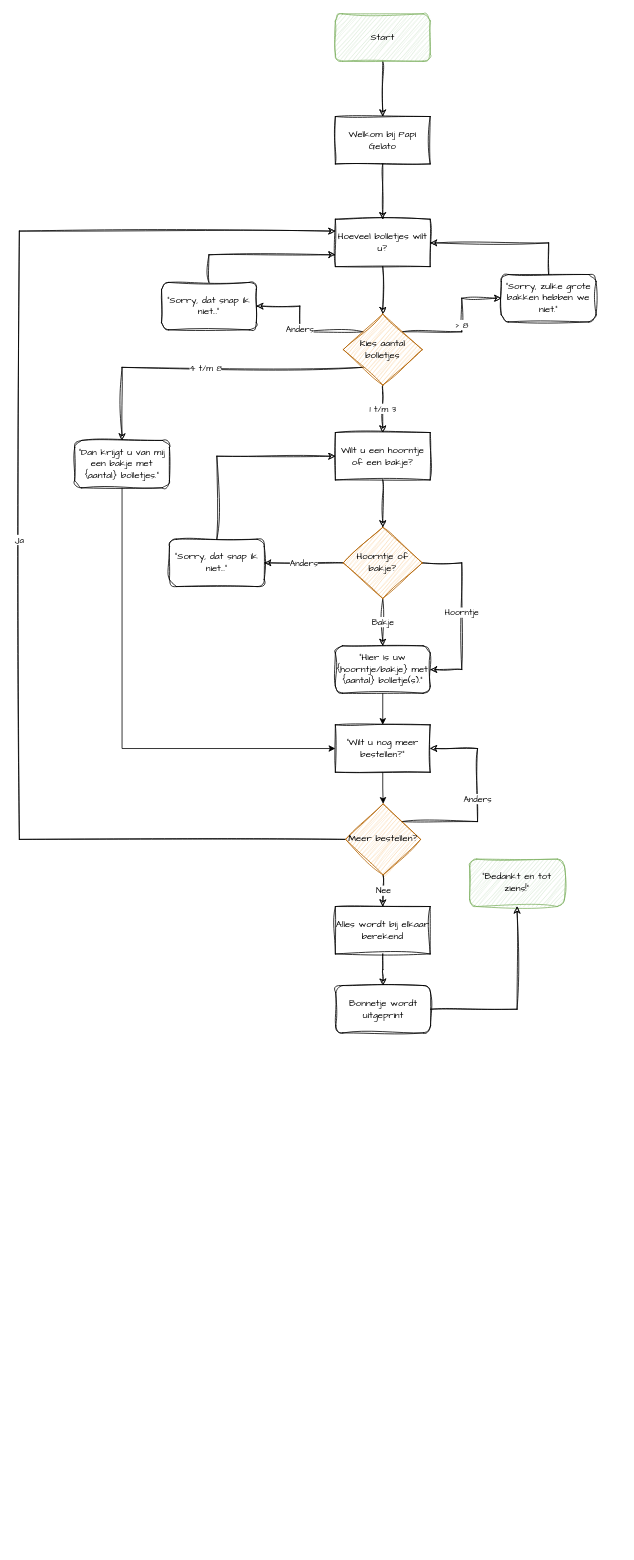
Above: module 3/Proef/Proef - Diagram.drawio in SummerDallison/leren-programmeren (draw.io), before the change. Source tidied: cells renumbered, new cells numbered last; positions are measured from the earlier drawing's top-left corner, leaving out a move shared by most shapes. Both pictures are drawn from the tidied source at 79%, with x=0, y=0 at pixel (19, 13).
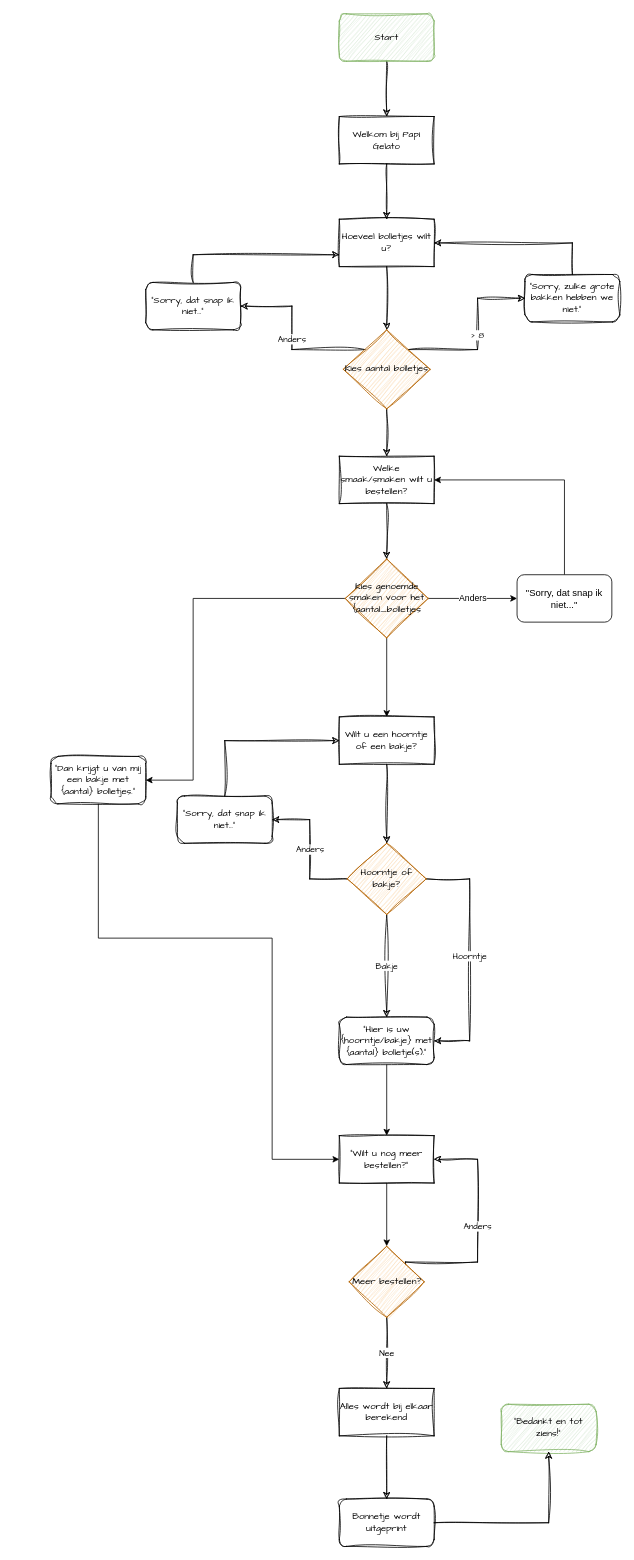
After the change.

The edit, as a diff of the source:
```diff
@@
     <mxCell id="3" value="Start" style="rounded=1;whiteSpace=wrap;html=1;fillColor=#d5e8d4;strokeColor=#82b366;sketch=1;curveFitting=1;jiggle=2;fontFamily=Comic Sans MS;" parent="1" vertex="1">
-      <mxGeometry x="400" width="120" height="60" as="geometry" />
+      <mxGeometry x="405" width="120" height="60" as="geometry" />
     </mxCell>
@@
     <mxCell id="5" value="Welkom bij Papi Gelato" style="rounded=0;whiteSpace=wrap;html=1;fillColor=none;sketch=1;curveFitting=1;jiggle=2;fontFamily=Comic Sans MS;" parent="1" vertex="1">
-      <mxGeometry x="400" y="130" width="120" height="60" as="geometry" />
+      <mxGeometry x="405" y="130" width="120" height="60" as="geometry" />
     </mxCell>
@@
     <mxCell id="7" value="Hoeveel bolletjes wilt u?" style="rounded=0;whiteSpace=wrap;html=1;fillColor=none;sketch=1;curveFitting=1;jiggle=2;fontFamily=Comic Sans MS;" parent="1" vertex="1">
-      <mxGeometry x="400" y="260" width="120" height="60" as="geometry" />
+      <mxGeometry x="405" y="260" width="120" height="60" as="geometry" />
     </mxCell>
-    <mxCell id="8" value="1 t/m 3" style="edgeStyle=orthogonalEdgeStyle;rounded=0;jettySize=auto;html=1;exitX=0.5;exitY=1;exitDx=0;exitDy=0;entryX=0.5;entryY=0;entryDx=0;entryDy=0;fontFamily=Comic Sans MS;sketch=1;curveFitting=1;jiggle=2;" parent="1" edge="1" source="12" target="14">
-      <mxGeometry relative="1" as="geometry">
-        <Array as="points">
-          <mxPoint x="460" y="480" />
-          <mxPoint x="460" y="480" />
-        </Array>
-      </mxGeometry>
-    </mxCell>
@@
-    <mxCell id="11" value="4 t/m 8" style="edgeStyle=orthogonalEdgeStyle;rounded=0;jettySize=auto;html=1;exitX=0;exitY=1;exitDx=0;exitDy=0;entryX=0.5;entryY=0;entryDx=0;entryDy=0;sketch=1;curveFitting=1;jiggle=2;fontFamily=Comic Sans MS;" parent="1" edge="1" source="12" target="20">
-      <mxGeometry relative="1" as="geometry" />
-    </mxCell>
+    <mxCell id="40" style="edgeStyle=orthogonalEdgeStyle;rounded=0;jettySize=auto;html=1;exitX=0.5;exitY=1;exitDx=0;exitDy=0;entryX=0.5;entryY=0;entryDx=0;entryDy=0;fillColor=none;sketch=1;curveFitting=1;jiggle=2;" parent="1" edge="1" source="12" target="42">
+      <mxGeometry relative="1" as="geometry" />
+    </mxCell>
     <mxCell id="12" value="Kies aantal bolletjes" style="rhombus;whiteSpace=wrap;html=1;fillColor=#fad7ac;sketch=1;curveFitting=1;jiggle=2;strokeColor=#b46504;fontFamily=Comic Sans MS;" parent="1" vertex="1">
-      <mxGeometry x="410" y="380" width="100" height="90" as="geometry" />
+      <mxGeometry x="410" y="400" width="110" height="100" as="geometry" />
     </mxCell>
@@
     <mxCell id="14" value="Wilt u een hoorntje of een bakje?" style="rounded=0;whiteSpace=wrap;html=1;fillColor=none;sketch=1;curveFitting=1;jiggle=2;fontFamily=Comic Sans MS;" parent="1" vertex="1">
-      <mxGeometry x="400" y="530" width="120" height="60" as="geometry" />
+      <mxGeometry x="405" y="890" width="120" height="60" as="geometry" />
     </mxCell>
@@
     <mxCell id="16" value="Hoorntje" style="edgeStyle=orthogonalEdgeStyle;rounded=0;jettySize=auto;html=1;exitX=1;exitY=0.5;exitDx=0;exitDy=0;entryX=1;entryY=0.5;entryDx=0;entryDy=0;sketch=1;curveFitting=1;jiggle=2;fontFamily=Comic Sans MS;" parent="1" edge="1" source="18" target="26">
       <mxGeometry relative="1" as="geometry">
         <Array as="points">
-          <mxPoint x="560" y="695" />
-          <mxPoint x="560" y="830" />
+          <mxPoint x="570" y="1095" />
+          <mxPoint x="570" y="1300" />
         </Array>
       </mxGeometry>
     </mxCell>
@@
     <mxCell id="18" value="Hoorntje of bakje?" style="rhombus;whiteSpace=wrap;html=1;fillColor=#fad7ac;sketch=1;curveFitting=1;jiggle=2;fontFamily=Comic Sans MS;strokeColor=#b46504;" parent="1" vertex="1">
-      <mxGeometry x="410" y="650" width="100" height="90" as="geometry" />
+      <mxGeometry x="415" y="1050" width="100" height="90" as="geometry" />
     </mxCell>
     <mxCell id="19" style="edgeStyle=orthogonalEdgeStyle;rounded=0;jettySize=auto;html=1;exitX=0.5;exitY=1;exitDx=0;exitDy=0;entryX=0;entryY=0.5;entryDx=0;entryDy=0;" parent="1" edge="1" source="20" target="35">
-      <mxGeometry relative="1" as="geometry" />
+      <mxGeometry relative="1" as="geometry">
+        <Array as="points">
+          <mxPoint x="100" y="1170" />
+          <mxPoint x="320" y="1170" />
+          <mxPoint x="320" y="1450" />
+        </Array>
+      </mxGeometry>
     </mxCell>
     <mxCell id="20" value="&quot;Dan krijgt u van mij een bakje met {aantal} bolletjes.&quot;" style="rounded=1;whiteSpace=wrap;html=1;sketch=1;curveFitting=1;jiggle=2;fillColor=none;fontFamily=Comic Sans MS;" parent="1" vertex="1">
-      <mxGeometry x="70" y="540" width="120" height="60" as="geometry" />
+      <mxGeometry x="40" y="940" width="120" height="60" as="geometry" />
     </mxCell>
@@
     <mxCell id="22" value="&quot;Sorry, zulke grote bakken hebben we niet.&quot;" style="rounded=1;whiteSpace=wrap;html=1;fillColor=none;sketch=1;curveFitting=1;jiggle=2;fontFamily=Comic Sans MS;" parent="1" vertex="1">
-      <mxGeometry x="610" y="330" width="120" height="60" as="geometry" />
+      <mxGeometry x="640" y="330" width="120" height="60" as="geometry" />
     </mxCell>
@@
     <mxCell id="24" value="&quot;Sorry, dat snap ik niet...&quot;" style="rounded=1;whiteSpace=wrap;html=1;fontFamily=Comic Sans MS;fillColor=none;sketch=1;curveFitting=1;jiggle=2;" parent="1" vertex="1">
-      <mxGeometry x="180" y="340" width="120" height="60" as="geometry" />
+      <mxGeometry x="160" y="340" width="120" height="60" as="geometry" />
     </mxCell>
@@
     <mxCell id="26" value="&quot;Hier is uw {hoorntje/bakje} met {aantal} bolletje(s).&quot;" style="rounded=1;whiteSpace=wrap;html=1;fillColor=none;sketch=1;curveFitting=1;jiggle=2;fontFamily=Comic Sans MS;" parent="1" vertex="1">
-      <mxGeometry x="400" y="800" width="120" height="60" as="geometry" />
+      <mxGeometry x="405" y="1270" width="120" height="60" as="geometry" />
     </mxCell>
@@
     <mxCell id="28" value="&quot;Sorry, dat snap ik niet...&quot;" style="rounded=1;whiteSpace=wrap;html=1;fillColor=none;sketch=1;curveFitting=1;jiggle=2;fontFamily=Comic Sans MS;" parent="1" vertex="1">
-      <mxGeometry x="190" y="665" width="120" height="60" as="geometry" />
+      <mxGeometry x="200" y="990" width="120" height="60" as="geometry" />
     </mxCell>
-    <mxCell id="29" value="Ja" style="edgeStyle=orthogonalEdgeStyle;rounded=0;jettySize=auto;html=1;exitX=0;exitY=0.5;exitDx=0;exitDy=0;entryX=0;entryY=0.25;entryDx=0;entryDy=0;sketch=1;curveFitting=1;jiggle=2;fontFamily=Comic Sans MS;" parent="1" edge="1" source="32" target="7">
-      <mxGeometry relative="1" as="geometry">
-        <Array as="points">
-          <mxPoint y="1045" />
-          <mxPoint y="275" />
-        </Array>
-      </mxGeometry>
-    </mxCell>
     <mxCell id="30" value="Anders" style="edgeStyle=orthogonalEdgeStyle;rounded=0;jettySize=auto;html=1;exitX=1;exitY=0;exitDx=0;exitDy=0;entryX=1;entryY=0.5;entryDx=0;entryDy=0;sketch=1;curveFitting=1;jiggle=2;fontFamily=Comic Sans MS;" parent="1" edge="1" source="32" target="35">
       <mxGeometry relative="1" as="geometry">
         <Array as="points">
-          <mxPoint x="580" y="1022" />
-          <mxPoint x="580" y="930" />
+          <mxPoint x="489" y="1580" />
+          <mxPoint x="580" y="1580" />
+          <mxPoint x="580" y="1450" />
         </Array>
       </mxGeometry>
     </mxCell>
@@
     <mxCell id="32" value="Meer bestellen?" style="rhombus;whiteSpace=wrap;html=1;fontFamily=Comic Sans MS;fillColor=#fad7ac;strokeColor=#b46504;shadow=0;rounded=0;sketch=1;curveFitting=1;jiggle=2;" parent="1" vertex="1">
-      <mxGeometry x="413" y="1000" width="95" height="90" as="geometry" />
+      <mxGeometry x="417.5" y="1560" width="95" height="90" as="geometry" />
     </mxCell>
     <mxCell id="33" value="&quot;Bedankt en tot ziens!&quot;" style="rounded=1;whiteSpace=wrap;html=1;fillColor=#d5e8d4;fontFamily=Comic Sans MS;strokeColor=#82b366;sketch=1;curveFitting=1;jiggle=2;" parent="1" vertex="1">
-      <mxGeometry x="570" y="1070" width="120" height="60" as="geometry" />
+      <mxGeometry x="610" y="1760" width="120" height="60" as="geometry" />
     </mxCell>
@@
     <mxCell id="35" value="&quot;Wilt u nog meer bestellen?&quot;" style="rounded=0;whiteSpace=wrap;html=1;fontFamily=Comic Sans MS;fillColor=none;sketch=1;curveFitting=1;jiggle=2;" parent="1" vertex="1">
-      <mxGeometry x="400" y="900" width="120" height="60" as="geometry" />
+      <mxGeometry x="405" y="1420" width="120" height="60" as="geometry" />
     </mxCell>
@@
     <mxCell id="37" value="Alles wordt bij elkaar berekend" style="rounded=0;whiteSpace=wrap;html=1;fillColor=none;sketch=1;curveFitting=1;jiggle=2;fontFamily=Comic Sans MS;" parent="1" vertex="1">
-      <mxGeometry x="400" y="1130" width="120" height="60" as="geometry" />
+      <mxGeometry x="405" y="1740" width="120" height="60" as="geometry" />
     </mxCell>
@@
     <mxCell id="39" value="Bonnetje wordt uitgeprint" style="rounded=1;whiteSpace=wrap;html=1;fillColor=none;sketch=1;curveFitting=1;jiggle=2;fontFamily=Comic Sans MS;" parent="1" vertex="1">
-      <mxGeometry x="400.5" y="1230" width="120" height="60" as="geometry" />
+      <mxGeometry x="405" y="1880" width="120" height="60" as="geometry" />
     </mxCell>
+    <mxCell id="41" style="edgeStyle=orthogonalEdgeStyle;rounded=0;jettySize=auto;html=1;exitX=0.5;exitY=1;exitDx=0;exitDy=0;entryX=0.5;entryY=0;entryDx=0;entryDy=0;fillColor=none;sketch=1;curveFitting=1;jiggle=2;" parent="1" edge="1" source="42" target="46">
+      <mxGeometry relative="1" as="geometry" />
+    </mxCell>
+    <mxCell id="42" value="Welke smaak/smaken wilt u bestellen?" style="rounded=0;whiteSpace=wrap;html=1;fillColor=none;sketch=1;curveFitting=1;jiggle=2;fontFamily=Comic Sans MS;" parent="1" vertex="1">
+      <mxGeometry x="405" y="560" width="120" height="60" as="geometry" />
+    </mxCell>
+    <mxCell id="43" style="edgeStyle=orthogonalEdgeStyle;rounded=0;jettySize=auto;html=1;exitX=0.5;exitY=1;exitDx=0;exitDy=0;entryX=0.5;entryY=0;entryDx=0;entryDy=0;" parent="1" edge="1" source="46" target="14">
+      <mxGeometry relative="1" as="geometry" />
+    </mxCell>
+    <mxCell id="44" value="Anders" style="edgeStyle=orthogonalEdgeStyle;rounded=0;jettySize=auto;html=1;exitX=1;exitY=0.5;exitDx=0;exitDy=0;" parent="1" edge="1" source="46" target="48">
+      <mxGeometry relative="1" as="geometry" />
+    </mxCell>
+    <mxCell id="45" style="edgeStyle=orthogonalEdgeStyle;rounded=0;jettySize=auto;html=1;exitX=0;exitY=0.5;exitDx=0;exitDy=0;" parent="1" edge="1" source="46" target="20">
+      <mxGeometry relative="1" as="geometry">
+        <Array as="points">
+          <mxPoint x="220" y="740" />
+          <mxPoint x="220" y="970" />
+        </Array>
+      </mxGeometry>
+    </mxCell>
+    <mxCell id="46" value="Kies genoemde smaken voor het {aantal_bolletjes" style="rhombus;whiteSpace=wrap;html=1;fillColor=#fad7ac;strokeColor=#b46504;sketch=1;curveFitting=1;jiggle=2;fontFamily=Comic Sans MS;" parent="1" vertex="1">
+      <mxGeometry x="412.5" y="690" width="105" height="100" as="geometry" />
+    </mxCell>
+    <mxCell id="47" style="edgeStyle=orthogonalEdgeStyle;rounded=0;jettySize=auto;html=1;exitX=0.5;exitY=0;exitDx=0;exitDy=0;entryX=1;entryY=0.5;entryDx=0;entryDy=0;" parent="1" edge="1" source="48" target="42">
+      <mxGeometry relative="1" as="geometry" />
+    </mxCell>
+    <mxCell id="48" value="&quot;Sorry, dat snap ik niet...&quot;" style="rounded=1;whiteSpace=wrap;html=1;" parent="1" vertex="1">
+      <mxGeometry x="630" y="710" width="120" height="60" as="geometry" />
+    </mxCell>
```
